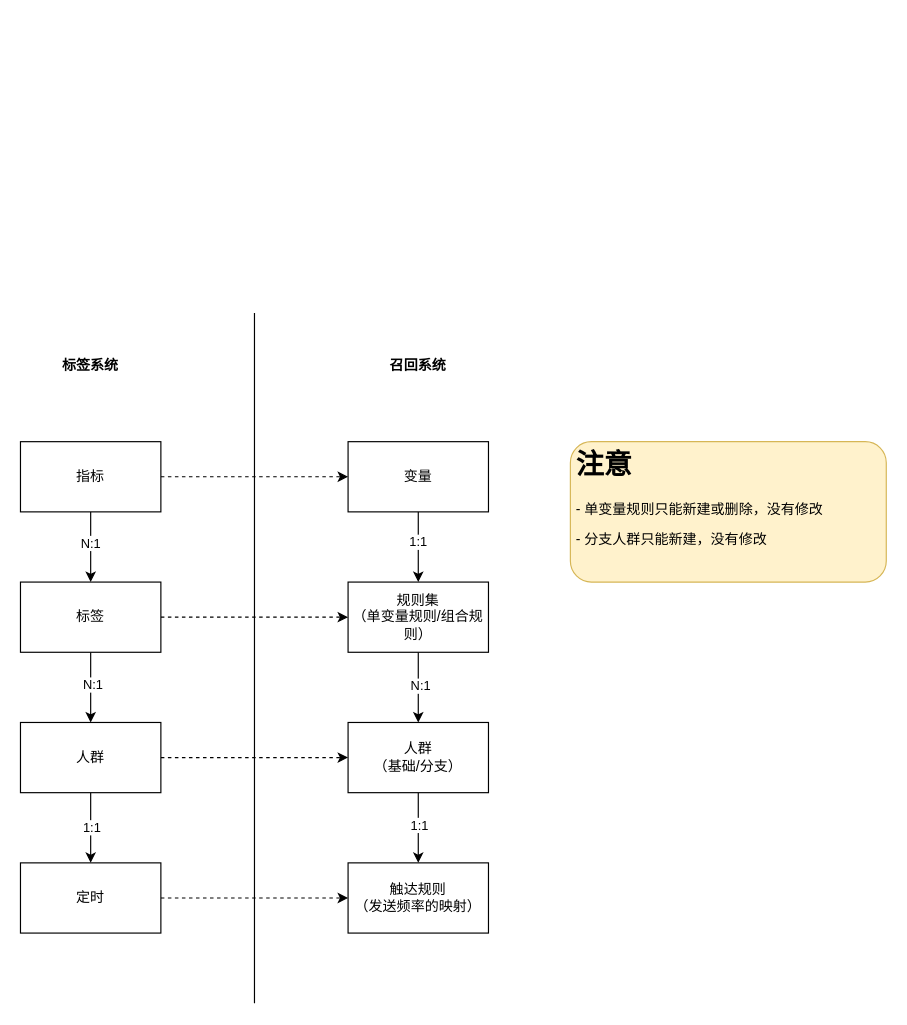
This is page "标签与召回模型关系" (1 of 10) of 运营决策系统设计.drawio from ABIN-DS/flowchart, a draw.io file, before an edit. Source tidied: cells renumbered, new cells numbered last; positions are measured from the earlier drawing's top-left corner, leaving out a move shared by most shapes. Both pictures are drawn from the tidied source at 117%, with x=0, y=0 at pixel (20, 312).
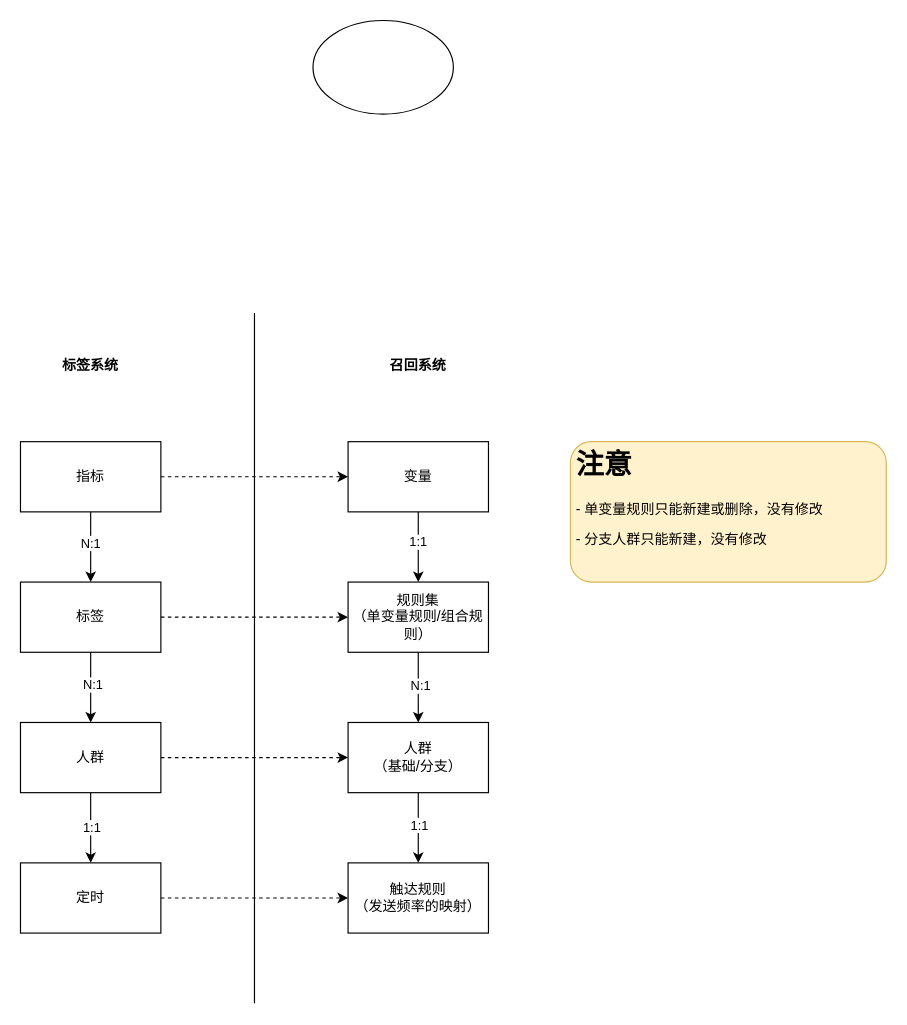
Above is the later version.

Commit message:
更新运营决策系统设计.drawio

What changed in the source:
```diff
@@
+    <mxCell id="30" style="ellipse;whiteSpace=wrap;html=1;" parent="1" vertex="1">
+      <mxGeometry x="250" y="-250" width="120" height="80" as="geometry" />
+    </mxCell>
```
